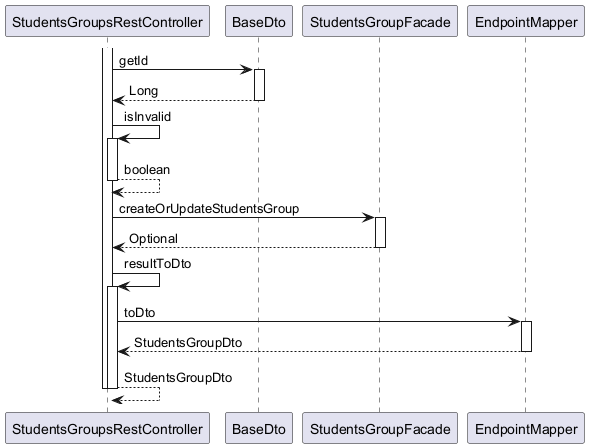
This is ingress/documentation/html/images/Organization.StudentsGroup.update.puml.png.png from OlegSopilnyak/school-demo, a PlantUML export, as it was before one commit. The source it was exported from:
```plantuml
@startuml

participant StudentsGroupsRestController
participant BaseDto
participant StudentsGroupFacade
participant EndpointMapper

activate StudentsGroupsRestController
	StudentsGroupsRestController -> BaseDto : getId
	activate BaseDto
		BaseDto --> StudentsGroupsRestController : Long
	deactivate BaseDto
	StudentsGroupsRestController -> StudentsGroupsRestController : isInvalid
	activate StudentsGroupsRestController
		StudentsGroupsRestController --> StudentsGroupsRestController : boolean
	deactivate StudentsGroupsRestController
	StudentsGroupsRestController -> StudentsGroupFacade : createOrUpdateStudentsGroup
	activate StudentsGroupFacade
		StudentsGroupFacade --> StudentsGroupsRestController : Optional
	deactivate StudentsGroupFacade
	StudentsGroupsRestController -> StudentsGroupsRestController : resultToDto
	activate StudentsGroupsRestController
		StudentsGroupsRestController -> EndpointMapper : toDto
		activate EndpointMapper
			EndpointMapper --> StudentsGroupsRestController : StudentsGroupDto
		deactivate EndpointMapper
		StudentsGroupsRestController --> StudentsGroupsRestController : StudentsGroupDto
	deactivate StudentsGroupsRestController
deactivate StudentsGroupsRestController

@enduml
```
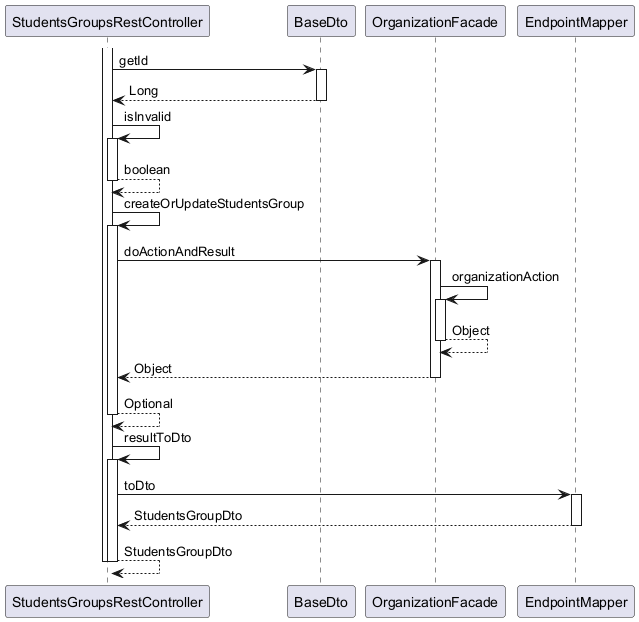
The same file after the commit.

Change to the diagram source:
```diff
@@ -2,7 +2,7 @@
 
 participant StudentsGroupsRestController
 participant BaseDto
-participant StudentsGroupFacade
+participant OrganizationFacade
 participant EndpointMapper
 
 activate StudentsGroupsRestController
@@ -14,10 +14,18 @@
 	activate StudentsGroupsRestController
 		StudentsGroupsRestController --> StudentsGroupsRestController : boolean
 	deactivate StudentsGroupsRestController
-	StudentsGroupsRestController -> StudentsGroupFacade : createOrUpdateStudentsGroup
-	activate StudentsGroupFacade
-		StudentsGroupFacade --> StudentsGroupsRestController : Optional
-	deactivate StudentsGroupFacade
+	StudentsGroupsRestController -> StudentsGroupsRestController : createOrUpdateStudentsGroup
+	activate StudentsGroupsRestController
+		StudentsGroupsRestController -> OrganizationFacade : doActionAndResult
+		activate OrganizationFacade
+			OrganizationFacade -> OrganizationFacade : organizationAction
+			activate OrganizationFacade
+				OrganizationFacade --> OrganizationFacade : Object
+			deactivate OrganizationFacade
+			OrganizationFacade --> StudentsGroupsRestController : Object
+		deactivate OrganizationFacade
+		StudentsGroupsRestController --> StudentsGroupsRestController : Optional
+	deactivate StudentsGroupsRestController
 	StudentsGroupsRestController -> StudentsGroupsRestController : resultToDto
 	activate StudentsGroupsRestController
 		StudentsGroupsRestController -> EndpointMapper : toDto
```
